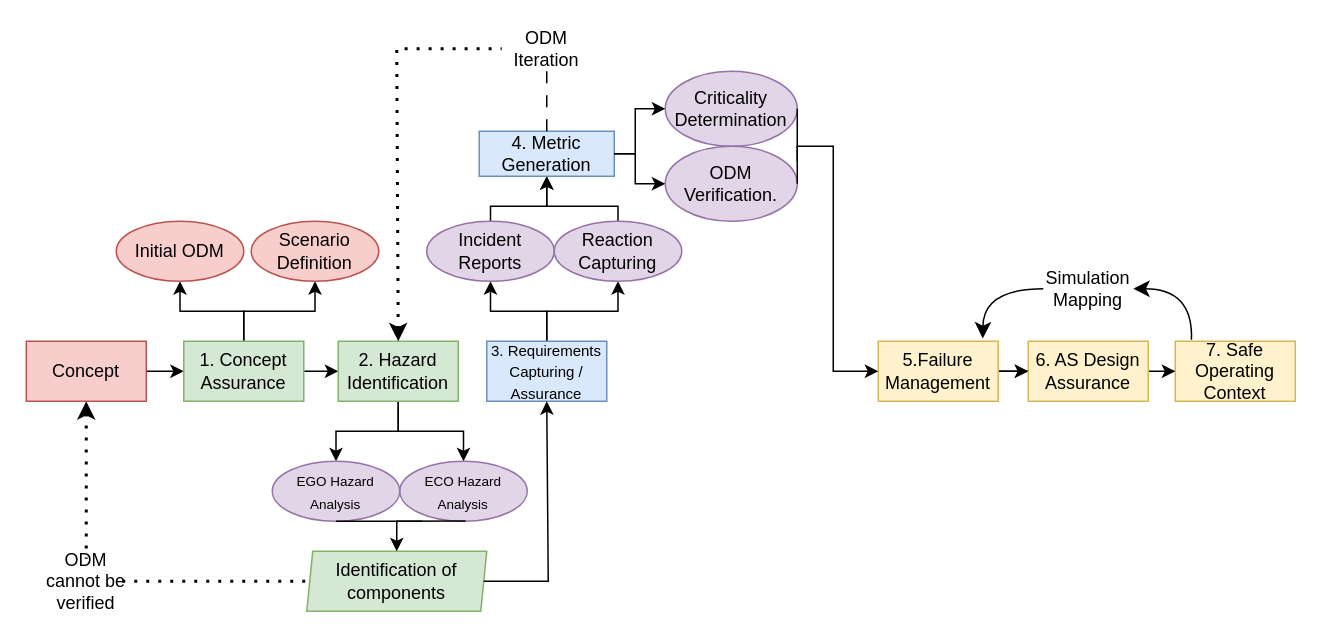
This is Overview/SACRED.drawio from TortoiseFather/SACRED, a draw.io file, before an edit. Source tidied: cells renumbered, new cells numbered last; positions are measured from the earlier drawing's top-left corner, leaving out a move shared by most shapes. Both pictures are drawn from the tidied source at 150%, with x=0, y=0 at pixel (26, 26).
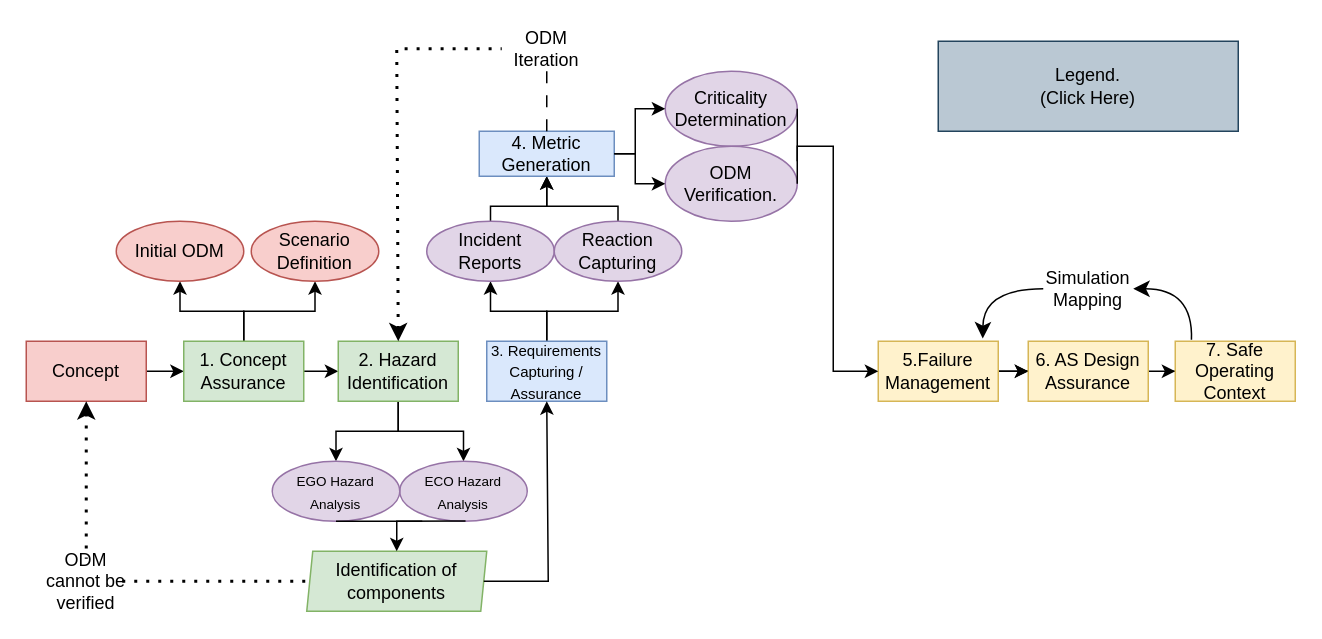
After the change.

The edit, as a diff of the source:
```diff
@@
+    <mxCell id="48" value="&lt;div&gt;Legend.&lt;/div&gt;&lt;div&gt;(Click Here)&lt;/div&gt;" style="rounded=0;whiteSpace=wrap;html=1;fillColor=#bac8d3;strokeColor=#23445d;" parent="1" vertex="1">
+      <mxGeometry x="608" y="10" width="200" height="60" as="geometry" />
+    </mxCell>
```
